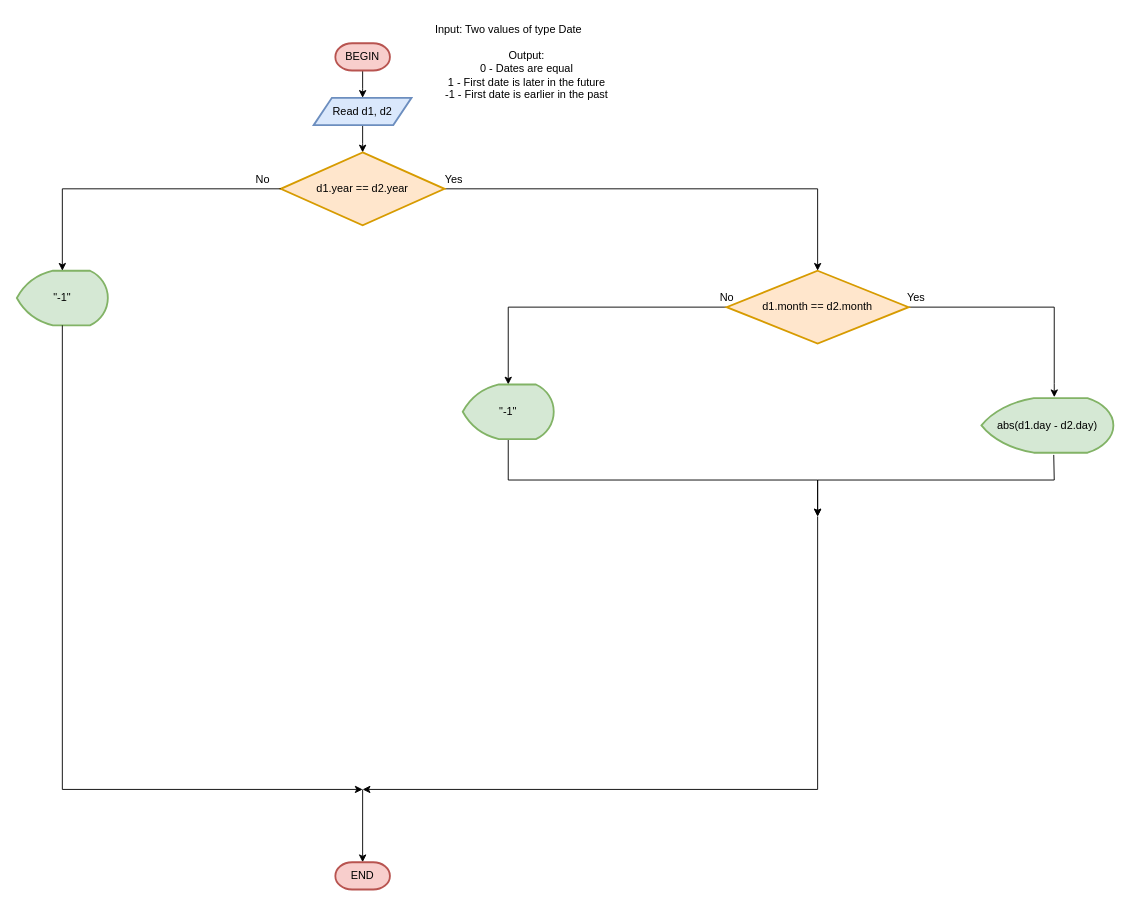
The draw.io diagram Day_delta.drawio in omomot/ISC_proj2, before the edit. Source tidied: cells renumbered, new cells numbered last; positions are measured from the earlier drawing's top-left corner, leaving out a move shared by most shapes. Both pictures are drawn from the tidied source at 91%, with x=0, y=0 at pixel (16, 15).
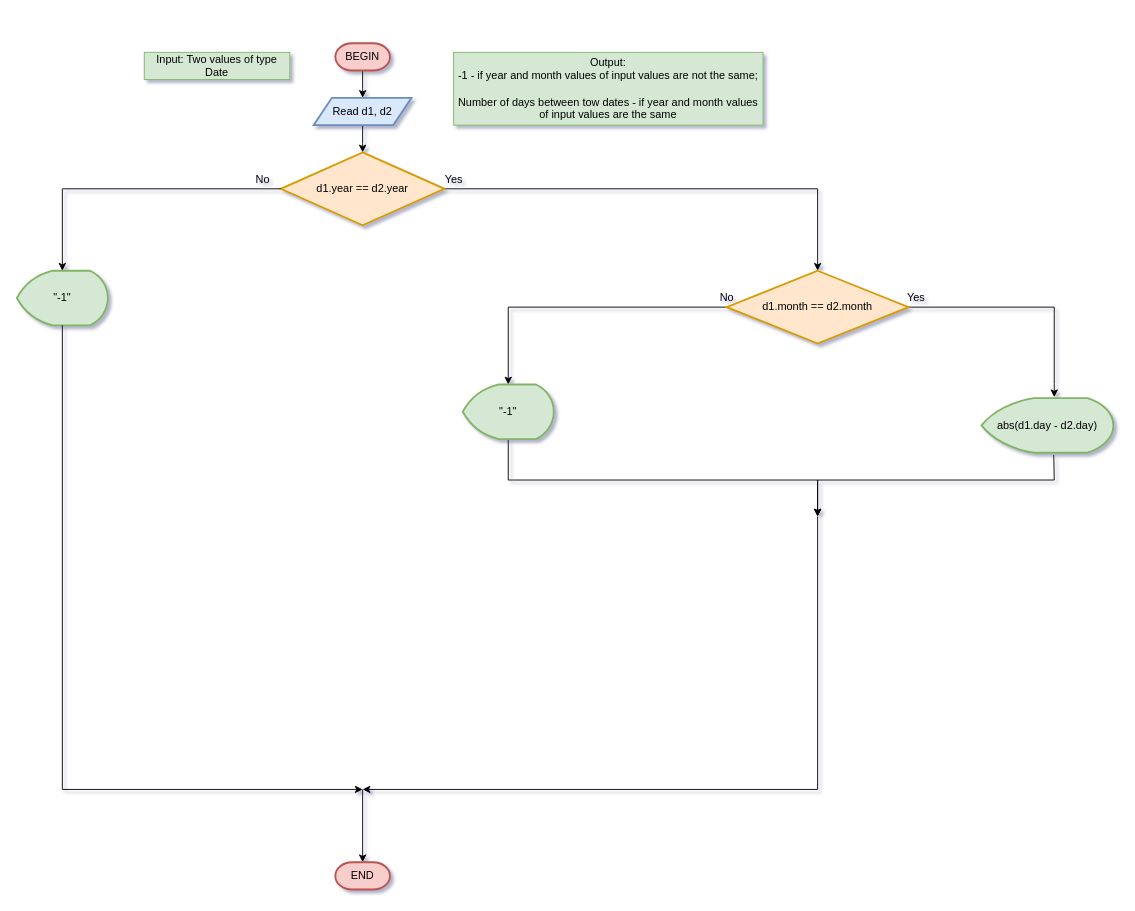
The same diagram, later.

Change to the diagram source:
```diff
@@
-<mxGraphModel>
+<mxGraphModel shadow="1">
@@
-    <mxCell id="6" value="Input: Two values of type Date" style="text;html=1;align=center;verticalAlign=middle;strokeColor=none;fillColor=none;" parent="1" vertex="1">
-      <mxGeometry x="450" width="180" height="30" as="geometry" />
-    </mxCell>
@@
-    <mxCell id="25" value="&lt;div&gt;Output:&lt;/div&gt;&lt;div&gt;0 - Dates are equal&lt;/div&gt;&lt;div&gt;1 - First date is later in the future&lt;/div&gt;&lt;div&gt;-1 - First date is earlier in the past&lt;br&gt;&lt;/div&gt;" style="text;html=1;align=center;verticalAlign=middle;strokeColor=none;fillColor=none;" parent="1" vertex="1">
-      <mxGeometry x="460" y="30" width="200" height="70" as="geometry" />
-    </mxCell>
@@
+    <mxCell id="6" value="Input: Two values of type Date" style="text;html=1;strokeColor=#82b366;fillColor=#d5e8d4;align=center;verticalAlign=middle;whiteSpace=wrap;rounded=0;" parent="1" vertex="1">
+      <mxGeometry x="140" y="40" width="160" height="30" as="geometry" />
+    </mxCell>
+    <mxCell id="27" value="&lt;div&gt;Output: &lt;br&gt;&lt;/div&gt;&lt;div&gt;-1 - if year and month values of input values are not the same;&lt;br&gt;&lt;/div&gt;&lt;div&gt;&lt;br&gt;&lt;/div&gt;&lt;div&gt;Number of days between tow dates - if year and month values of input values are the same&lt;br&gt;&lt;/div&gt;" style="text;html=1;strokeColor=#82b366;fillColor=#d5e8d4;align=center;verticalAlign=middle;whiteSpace=wrap;rounded=0;" parent="1" vertex="1">
+      <mxGeometry x="480" y="40" width="340" height="80" as="geometry" />
+    </mxCell>
```
